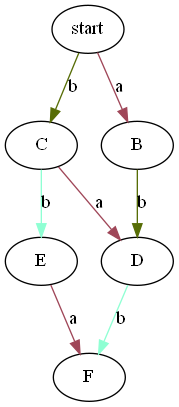
WilliamArnone/Tallulah keeps this Graphviz diagram as examples/diamonds/indipendence_diamonds.dot.png. Above is the earlier version. Its source is kept beside it as examples/diamonds/indipendence_diamonds.dot.
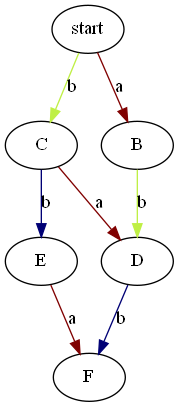
The same diagram one commit later.

What changed in the source:
```diff
@@ -1,59 +1,59 @@
 digraph G {
-	"start" -> "C" [label="b", color="#576D06"]
-	"start" -> "B" [label="a", color="#9F4658"]
-	"C" -> "E" [label="b", color="#8FFFD3"]
-	"C" -> "D" [label="a", color="#9F4658"]
-	"B" -> "D" [label="b", color="#576D06"]
-	"E" -> "F" [label="a", color="#9F4658"]
-	"D" -> "F" [label="b", color="#8FFFD3"]
+	"E" -> "F" [label="a", color="#800000"]
+	"start" -> "C" [label="b", color="#bfef45"]
+	"start" -> "B" [label="a", color="#800000"]
+	"D" -> "F" [label="b", color="#000075"]
+	"C" -> "E" [label="b", color="#000075"]
+	"C" -> "D" [label="a", color="#800000"]
+	"B" -> "D" [label="b", color="#bfef45"]
 }
  /*
-	< D -a-> C / > B -b-> D
-	< F -a-> E / < C -b-> start
-	> D -b-> F / > C -a-> D
-	> start -b-> C / < B -a-> start
-	< D -b-> B / > E -a-> F
-	< C -b-> start / < D -a-> C
-	> B -b-> D / < B -a-> start
-	< F -a-> E / > B -b-> D
-	< D -b-> B / < D -a-> C
-	> start -b-> C / > start -a-> B
-	> start -a-> B / > D -b-> F
-	> B -b-> D / > start -a-> B
-	> start -b-> C / < F -a-> E
-	> start -a-> B / < D -b-> B
-	> C -a-> D / > C -b-> E
-	< F -b-> D / > start -a-> B
-	> C -a-> D / < C -b-> start
-	> start -a-> B / > C -b-> E
-	< F -b-> D / < F -a-> E
-	> E -a-> F / > C -b-> E
-	> start -a-> B / < C -b-> start
-	> B -b-> D / > E -a-> F
-	> C -a-> D / > B -b-> D
-	> E -a-> F / < C -b-> start
-	< B -a-> start / < E -b-> C
-	< D -b-> B / > C -a-> D
-	> start -b-> C / < D -a-> C
-	< F -b-> D / > E -a-> F
-	> C -b-> E / < B -a-> start
-	> D -b-> F / > E -a-> F
-	< E -b-> C / < F -a-> E
-	> D -b-> F / < D -a-> C
-	> C -a-> D / < E -b-> C
-	< C -b-> start / < B -a-> start
-	< F -a-> E / > D -b-> F
-	> start -a-> B / < E -b-> C
-	< D -a-> C / < F -b-> D
-	> E -a-> F / < E -b-> C
-	< B -a-> start / > D -b-> F
-	> C -a-> D / > start -b-> C
-	< E -b-> C / < D -a-> C
-	< F -a-> E / < D -b-> B
-	< B -a-> start / < D -b-> B
-	> C -b-> E / < D -a-> C
-	> E -a-> F / > start -b-> C
-	< F -a-> E / > C -b-> E
-	< F -b-> D / > C -a-> D
-	< B -a-> start / < F -b-> D
+	< "E" -"b"-> "C" / < "F" -"a"-> "E"
+	< "C" -"b"-> "start" / < "B" -"a"-> "start"
+	< "F" -"b"-> "D" / > "E" -"a"-> "F"
+	> "D" -"b"-> "F" / < "D" -"a"-> "C"
+	< "F" -"a"-> "E" / > "B" -"b"-> "D"
+	> "C" -"a"-> "D" / < "E" -"b"-> "C"
+	< "B" -"a"-> "start" / < "E" -"b"-> "C"
+	> "start" -"a"-> "B" / < "C" -"b"-> "start"
+	> "D" -"b"-> "F" / > "E" -"a"-> "F"
+	> "E" -"a"-> "F" / < "E" -"b"-> "C"
+	< "D" -"b"-> "B" / < "D" -"a"-> "C"
+	> "start" -"b"-> "C" / < "D" -"a"-> "C"
+	> "B" -"b"-> "D" / > "E" -"a"-> "F"
+	< "D" -"b"-> "B" / > "E" -"a"-> "F"
+	< "C" -"b"-> "start" / < "D" -"a"-> "C"
+	< "D" -"a"-> "C" / < "F" -"b"-> "D"
+	< "F" -"a"-> "E" / < "D" -"b"-> "B"
+	> "C" -"a"-> "D" / < "C" -"b"-> "start"
+	< "E" -"b"-> "C" / < "D" -"a"-> "C"
+	> "E" -"a"-> "F" / < "C" -"b"-> "start"
+	> "C" -"a"-> "D" / > "B" -"b"-> "D"
+	> "C" -"a"-> "D" / > "start" -"b"-> "C"
+	> "start" -"a"-> "B" / < "D" -"b"-> "B"
+	> "E" -"a"-> "F" / > "start" -"b"-> "C"
+	< "F" -"a"-> "E" / > "D" -"b"-> "F"
+	< "F" -"a"-> "E" / > "C" -"b"-> "E"
+	> "C" -"b"-> "E" / < "B" -"a"-> "start"
+	< "B" -"a"-> "start" / < "D" -"b"-> "B"
+	> "start" -"a"-> "B" / > "D" -"b"-> "F"
+	< "B" -"a"-> "start" / < "F" -"b"-> "D"
+	> "start" -"a"-> "B" / > "C" -"b"-> "E"
+	< "F" -"b"-> "D" / < "F" -"a"-> "E"
+	> "C" -"b"-> "E" / < "D" -"a"-> "C"
+	< "F" -"b"-> "D" / > "start" -"a"-> "B"
+	< "F" -"b"-> "D" / > "C" -"a"-> "D"
+	> "C" -"a"-> "D" / > "C" -"b"-> "E"
+	> "E" -"a"-> "F" / > "C" -"b"-> "E"
+	< "B" -"a"-> "start" / > "D" -"b"-> "F"
+	> "B" -"b"-> "D" / < "B" -"a"-> "start"
+	> "start" -"a"-> "B" / < "E" -"b"-> "C"
+	> "start" -"b"-> "C" / < "B" -"a"-> "start"
+	> "B" -"b"-> "D" / > "start" -"a"-> "B"
+	> "D" -"b"-> "F" / > "C" -"a"-> "D"
+	> "start" -"b"-> "C" / < "F" -"a"-> "E"
+	< "F" -"a"-> "E" / < "C" -"b"-> "start"
+	< "D" -"b"-> "B" / > "C" -"a"-> "D"
+	< "D" -"a"-> "C" / > "B" -"b"-> "D"
+	> "start" -"b"-> "C" / > "start" -"a"-> "B"
 */
```
